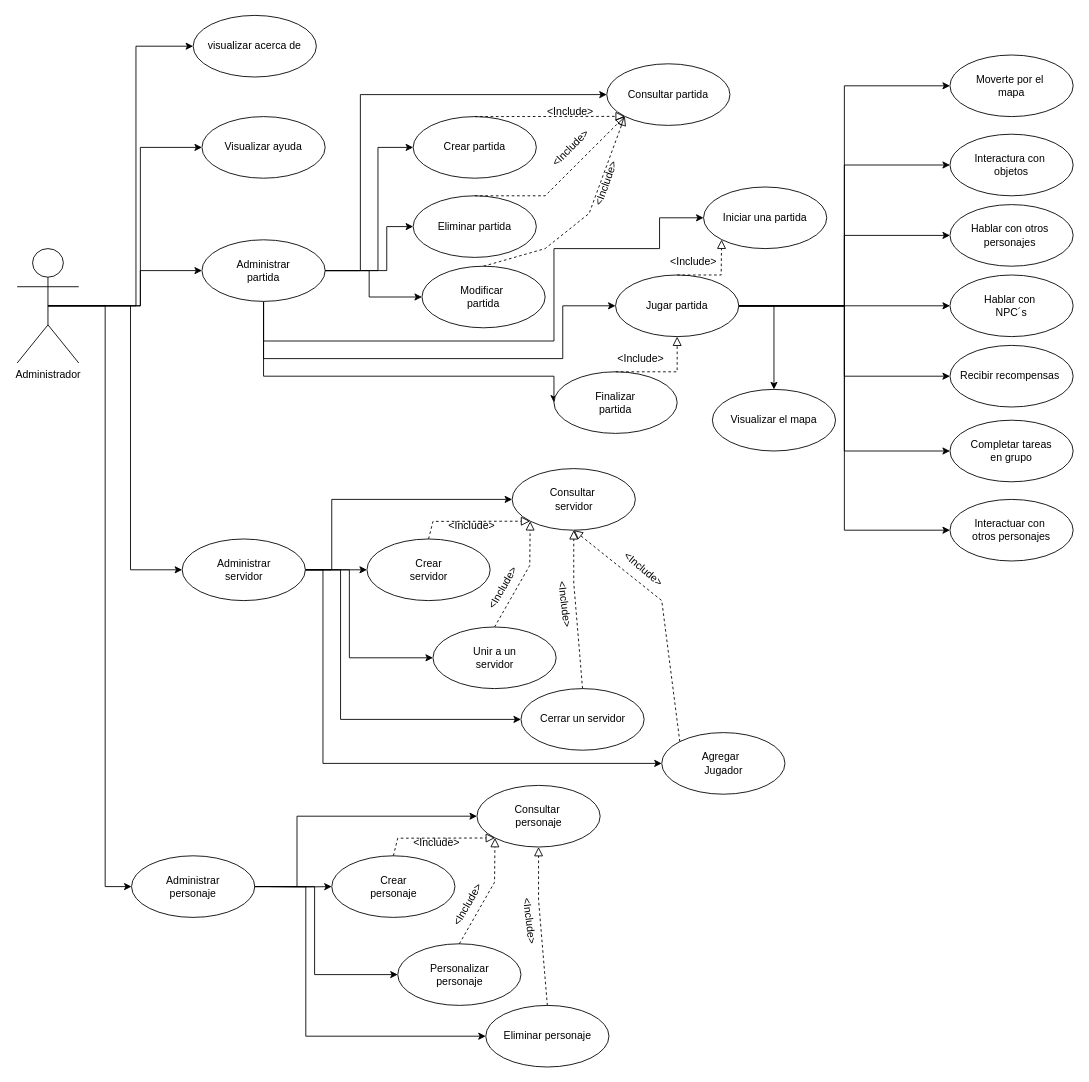
Above: page "Casos de uso" (1 of 7) of UML/UML.drawio in Carlos19men/EcoCrossing (draw.io), before the change. Source tidied: cells renumbered, new cells numbered last; positions are measured from the earlier drawing's top-left corner, leaving out a move shared by most shapes. Both pictures are drawn from the tidied source at 88%, with x=0, y=0 at pixel (17, 15).
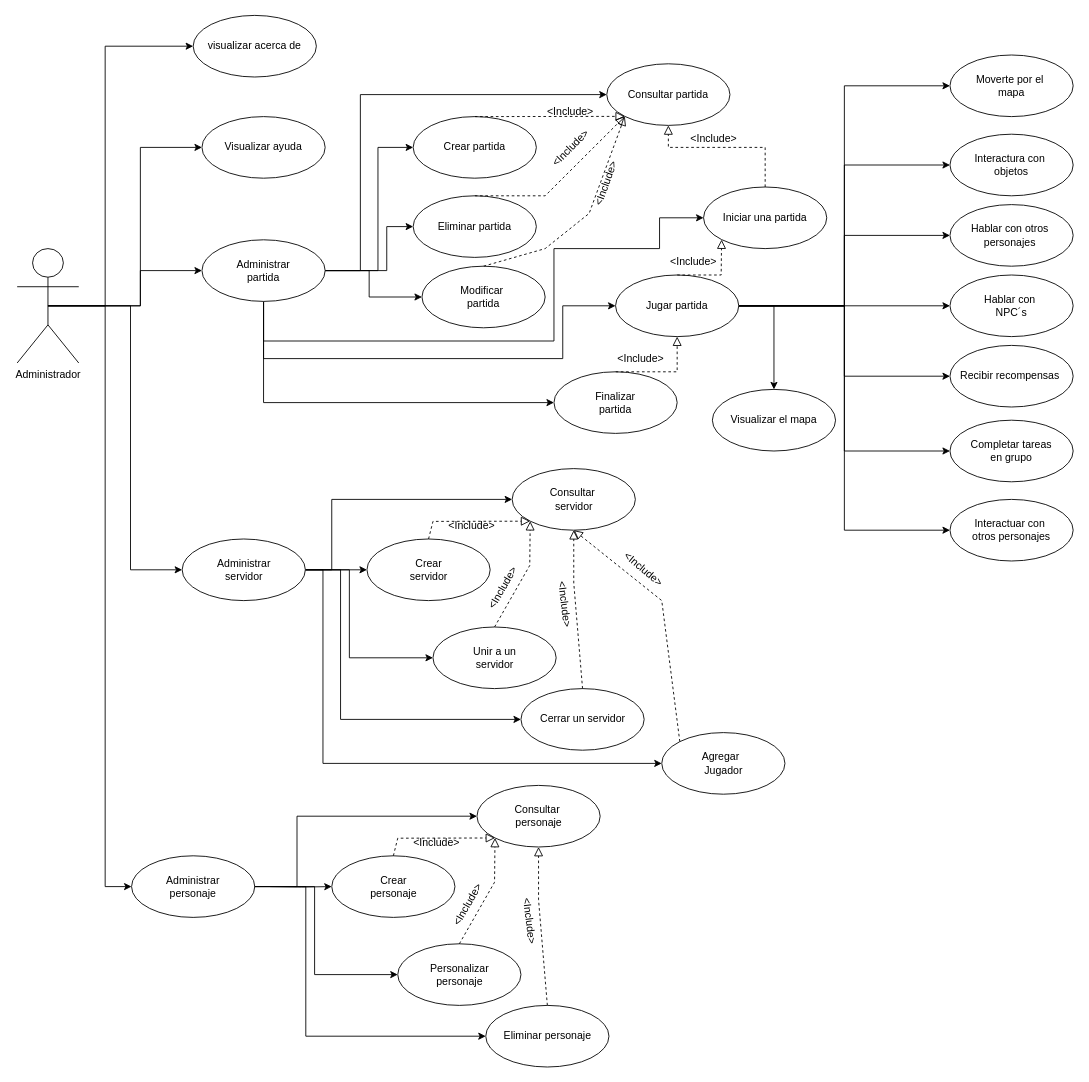
The same diagram, later.

The change refers to these unchanged cells:
```xml
<mxCell id="6" value="Administrador" style="shape=umlActor;verticalLabelPosition=bottom;verticalAlign=top;html=1;" parent="1" vertex="1">
  <mxGeometry y="265" width="70" height="130" as="geometry" />
</mxCell>
<mxCell id="15" value="Administrar&lt;br&gt;partida" style="ellipse;whiteSpace=wrap;html=1;" parent="1" vertex="1">
  <mxGeometry x="210" y="255" width="140" height="70" as="geometry" />
</mxCell>
<mxCell id="23" value="Consultar partida" style="ellipse;whiteSpace=wrap;html=1;" parent="1" vertex="1">
  <mxGeometry x="670" y="55" width="140" height="70" as="geometry" />
</mxCell>
<mxCell id="42" value="Finalizar &lt;br&gt;partida" style="ellipse;whiteSpace=wrap;html=1;" parent="1" vertex="1">
  <mxGeometry x="610" y="405" width="140" height="70" as="geometry" />
</mxCell>
<mxCell id="43" value="Iniciar una partida" style="ellipse;whiteSpace=wrap;html=1;" parent="1" vertex="1">
  <mxGeometry x="780" y="195" width="140" height="70" as="geometry" />
</mxCell>
<mxCell id="84" value="visualizar acerca de" style="ellipse;whiteSpace=wrap;html=1;" parent="1" vertex="1">
  <mxGeometry x="200" width="140" height="70" as="geometry" />
</mxCell>
```

The edit, as a diff of the source:
```diff
@@
     <mxCell id="5" style="edgeStyle=orthogonalEdgeStyle;rounded=0;jettySize=auto;html=1;exitX=0.5;exitY=0.5;exitDx=0;exitDy=0;exitPerimeter=0;entryX=0;entryY=0.5;entryDx=0;entryDy=0;" parent="1" edge="1" source="6" target="84">
-      <mxGeometry relative="1" as="geometry" />
+      <mxGeometry relative="1" as="geometry">
+        <Array as="points">
+          <mxPoint x="100" y="330" />
+          <mxPoint x="100" y="35" />
+        </Array>
+      </mxGeometry>
     </mxCell>
@@
     <mxCell id="13" style="edgeStyle=orthogonalEdgeStyle;rounded=0;jettySize=auto;html=1;exitX=0.5;exitY=1;exitDx=0;exitDy=0;entryX=0;entryY=0.5;entryDx=0;entryDy=0;" parent="1" edge="1" source="15" target="42">
       <mxGeometry relative="1" as="geometry">
         <Array as="points">
-          <mxPoint x="280" y="410" />
-          <mxPoint x="610" y="410" />
+          <mxPoint x="280" y="440" />
         </Array>
       </mxGeometry>
     </mxCell>
@@
+    <mxCell id="85" style="endArrow=block;startArrow=none;endFill=0;startFill=0;endSize=8;html=1;verticalAlign=bottom;dashed=1;labelBackgroundColor=none;rounded=0;exitX=0.5;exitY=0;exitDx=0;exitDy=0;entryX=0.5;entryY=1;entryDx=0;entryDy=0;" parent="1" edge="1" source="43" target="23">
+      <mxGeometry relative="1" as="geometry">
+        <Array as="points">
+          <mxPoint x="850" y="150" />
+          <mxPoint x="740" y="150" />
+        </Array>
+      </mxGeometry>
+    </mxCell>
+    <mxCell id="86" value="&amp;lt;Include&amp;gt;&amp;nbsp;" style="text;html=1;align=center;verticalAlign=middle;strokeColor=none;fillColor=none;rotation=0;" parent="1" vertex="1">
+      <mxGeometry x="752.5" y="125" width="80" height="30" as="geometry" />
+    </mxCell>
```
